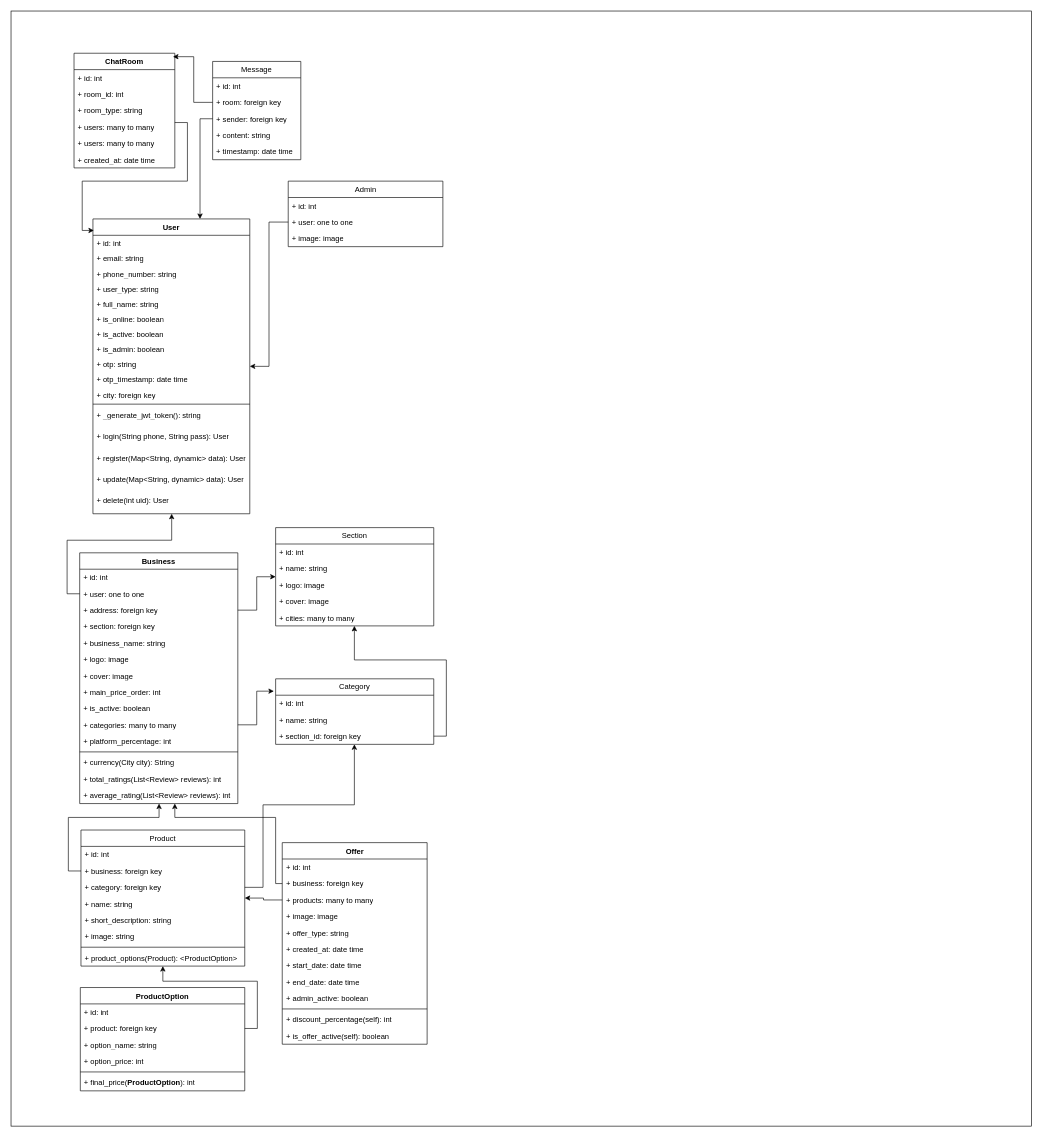
The draw.io diagram Untitled Diagram.drawio in wasselak-com/research, before the edit. Source tidied: cells renumbered, new cells numbered last; positions are measured from the earlier drawing's top-left corner, leaving out a move shared by most shapes. Both pictures are drawn from the tidied source at 63%, with x=0, y=0 at pixel (11, 11).
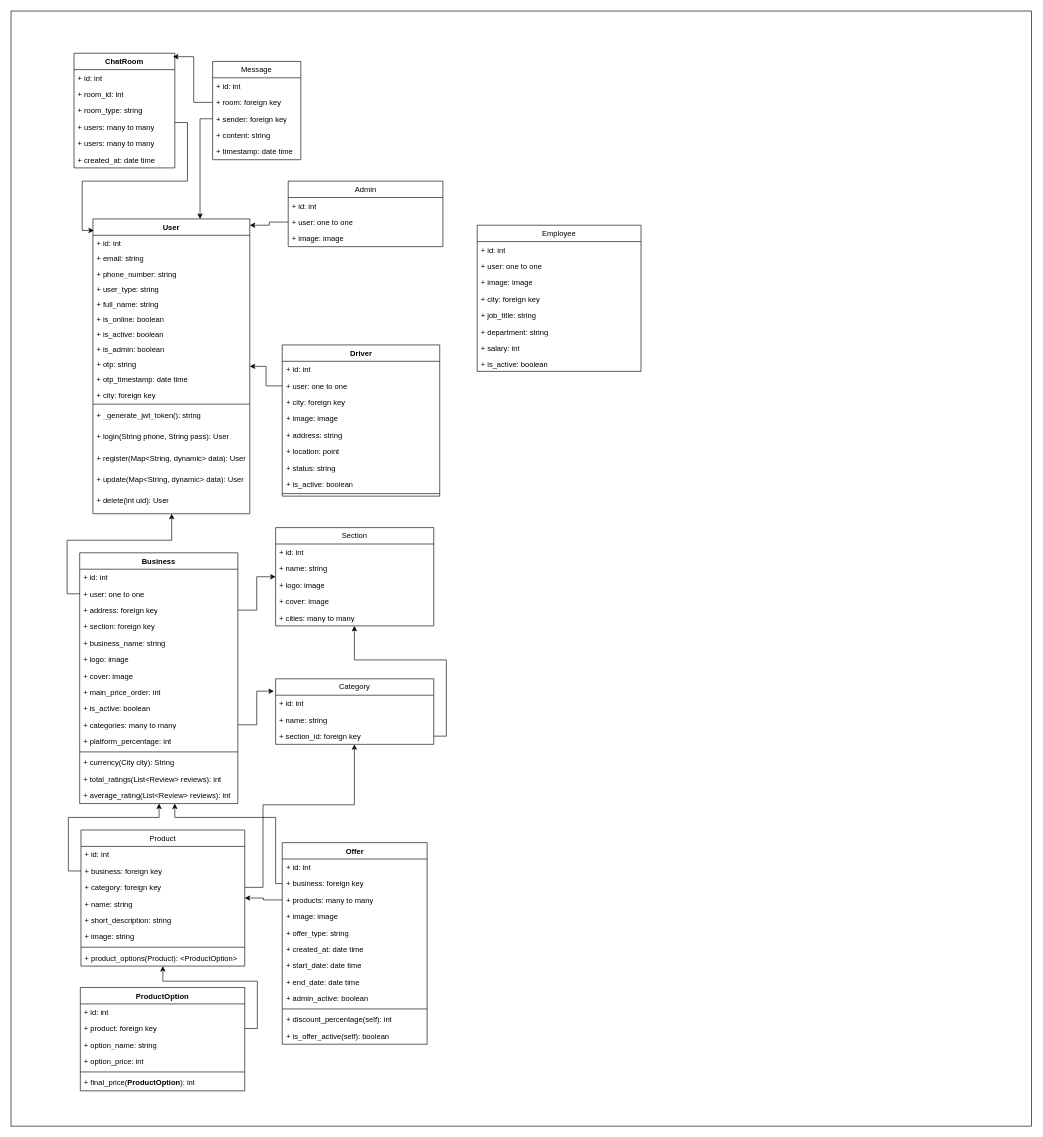
After the change.

The change refers to these unchanged cells:
```xml
<mxCell id="3" value="User" style="swimlane;fontStyle=1;align=center;verticalAlign=top;horizontal=1;startSize=26;whiteSpace=wrap;html=1;" parent="1" vertex="1">
  <mxGeometry x="130" y="330" width="249" height="468" as="geometry" />
</mxCell>
<mxCell id="23" value="+ user: one to one" style="text;strokeColor=none;fillColor=none;align=left;verticalAlign=top;spacingLeft=4;spacingRight=4;overflow=hidden;points=[[0,0.5],[1,0.5]];portConstraint=eastwest;whiteSpace=wrap;html=1;" parent="21" vertex="1">
  <mxGeometry y="52" width="245.5" height="26" as="geometry" />
</mxCell>
```

What changed in the source:
```diff
@@
     <mxCell id="105" style="edgeStyle=orthogonalEdgeStyle;rounded=0;jettySize=auto;html=1;" parent="1" edge="1" source="23" target="3">
-      <mxGeometry relative="1" as="geometry" />
+      <mxGeometry relative="1" as="geometry">
+        <Array as="points">
+          <mxPoint x="410" y="335" />
+          <mxPoint x="410" y="340" />
+        </Array>
+      </mxGeometry>
     </mxCell>
+    <mxCell id="106" value="Driver" style="swimlane;fontStyle=1;align=center;verticalAlign=top;horizontal=1;startSize=26;whiteSpace=wrap;html=1;" parent="1" vertex="1">
+      <mxGeometry x="430.5" y="530" width="250" height="240" as="geometry" />
+    </mxCell>
+    <mxCell id="107" value="+ id: int" style="text;strokeColor=none;fillColor=none;align=left;verticalAlign=top;spacingLeft=4;spacingRight=4;overflow=hidden;whiteSpace=wrap;html=1;" parent="106" vertex="1">
+      <mxGeometry y="26" width="250" height="26" as="geometry" />
+    </mxCell>
+    <mxCell id="108" value="+ user: one to one" style="text;strokeColor=none;fillColor=none;align=left;verticalAlign=top;spacingLeft=4;spacingRight=4;overflow=hidden;points=[[0,0.5],[1,0.5]];portConstraint=eastwest;whiteSpace=wrap;html=1;" parent="106" vertex="1">
+      <mxGeometry y="52" width="250" height="26" as="geometry" />
+    </mxCell>
+    <mxCell id="109" value="+ city: foreign key" style="text;strokeColor=none;fillColor=none;align=left;verticalAlign=top;spacingLeft=4;spacingRight=4;overflow=hidden;whiteSpace=wrap;html=1;" parent="106" vertex="1">
+      <mxGeometry y="78" width="250" height="26" as="geometry" />
+    </mxCell>
+    <mxCell id="110" value="+ image: image" style="text;strokeColor=none;fillColor=none;align=left;verticalAlign=top;spacingLeft=4;spacingRight=4;overflow=hidden;whiteSpace=wrap;html=1;" parent="106" vertex="1">
+      <mxGeometry y="104" width="250" height="26" as="geometry" />
+    </mxCell>
+    <mxCell id="111" value="+ address: string" style="text;strokeColor=none;fillColor=none;align=left;verticalAlign=top;spacingLeft=4;spacingRight=4;overflow=hidden;whiteSpace=wrap;html=1;" parent="106" vertex="1">
+      <mxGeometry y="130" width="250" height="26" as="geometry" />
+    </mxCell>
+    <mxCell id="112" value="+ location: point" style="text;strokeColor=none;fillColor=none;align=left;verticalAlign=top;spacingLeft=4;spacingRight=4;overflow=hidden;whiteSpace=wrap;html=1;" parent="106" vertex="1">
+      <mxGeometry y="156" width="250" height="26" as="geometry" />
+    </mxCell>
+    <mxCell id="113" value="+ status: string" style="text;strokeColor=none;fillColor=none;align=left;verticalAlign=top;spacingLeft=4;spacingRight=4;overflow=hidden;whiteSpace=wrap;html=1;" parent="106" vertex="1">
+      <mxGeometry y="182" width="250" height="26" as="geometry" />
+    </mxCell>
+    <mxCell id="114" value="+ is_active: boolean" style="text;strokeColor=none;fillColor=none;align=left;verticalAlign=top;spacingLeft=4;spacingRight=4;overflow=hidden;whiteSpace=wrap;html=1;" parent="106" vertex="1">
+      <mxGeometry y="208" width="250" height="24" as="geometry" />
+    </mxCell>
+    <mxCell id="115" style="line;strokeWidth=1;fillColor=none;align=left;verticalAlign=middle;spacingTop=-1;spacingLeft=3;spacingRight=3;labelPosition=right;strokeColor=inherit;" parent="106" vertex="1">
+      <mxGeometry y="232" width="250" height="8" as="geometry" />
+    </mxCell>
+    <mxCell id="116" style="edgeStyle=orthogonalEdgeStyle;rounded=0;jettySize=auto;html=1;exitX=0;exitY=0.5;exitDx=0;exitDy=0;" parent="1" edge="1" source="108" target="3">
+      <mxGeometry relative="1" as="geometry" />
+    </mxCell>
+    <mxCell id="117" value="Employee" style="swimlane;fontStyle=0;horizontal=1;startSize=26;fillColor=none;whiteSpace=wrap;html=1;" parent="1" vertex="1">
+      <mxGeometry x="740" y="340" width="260" height="232" as="geometry" />
+    </mxCell>
+    <mxCell id="118" value="+ id: int" style="text;strokeColor=none;fillColor=none;align=left;verticalAlign=top;spacingLeft=4;spacingRight=4;overflow=hidden;whiteSpace=wrap;html=1;" parent="117" vertex="1">
+      <mxGeometry y="26" width="260" height="26" as="geometry" />
+    </mxCell>
+    <mxCell id="119" value="+ user: one to one" style="text;strokeColor=none;fillColor=none;align=left;verticalAlign=top;spacingLeft=4;spacingRight=4;overflow=hidden;whiteSpace=wrap;html=1;" parent="117" vertex="1">
+      <mxGeometry y="52" width="260" height="26" as="geometry" />
+    </mxCell>
+    <mxCell id="120" value="+ image: image" style="text;strokeColor=none;fillColor=none;align=left;verticalAlign=top;spacingLeft=4;spacingRight=4;overflow=hidden;whiteSpace=wrap;html=1;" parent="117" vertex="1">
+      <mxGeometry y="78" width="260" height="26" as="geometry" />
+    </mxCell>
+    <mxCell id="121" value="+ city: foreign key" style="text;strokeColor=none;fillColor=none;align=left;verticalAlign=top;spacingLeft=4;spacingRight=4;overflow=hidden;whiteSpace=wrap;html=1;" parent="117" vertex="1">
+      <mxGeometry y="104" width="260" height="26" as="geometry" />
+    </mxCell>
+    <mxCell id="122" value="+ job_title: string" style="text;strokeColor=none;fillColor=none;align=left;verticalAlign=top;spacingLeft=4;spacingRight=4;overflow=hidden;whiteSpace=wrap;html=1;" parent="117" vertex="1">
+      <mxGeometry y="130" width="260" height="26" as="geometry" />
+    </mxCell>
+    <mxCell id="123" value="+ department: string" style="text;strokeColor=none;fillColor=none;align=left;verticalAlign=top;spacingLeft=4;spacingRight=4;overflow=hidden;whiteSpace=wrap;html=1;" parent="117" vertex="1">
+      <mxGeometry y="156" width="260" height="26" as="geometry" />
+    </mxCell>
+    <mxCell id="124" value="+ salary: int" style="text;strokeColor=none;fillColor=none;align=left;verticalAlign=top;spacingLeft=4;spacingRight=4;overflow=hidden;whiteSpace=wrap;html=1;" parent="117" vertex="1">
+      <mxGeometry y="182" width="260" height="26" as="geometry" />
+    </mxCell>
+    <mxCell id="125" value="+ is_active: boolean" style="text;strokeColor=none;fillColor=none;align=left;verticalAlign=top;spacingLeft=4;spacingRight=4;overflow=hidden;whiteSpace=wrap;html=1;" parent="117" vertex="1">
+      <mxGeometry y="208" width="260" height="24" as="geometry" />
+    </mxCell>
```
